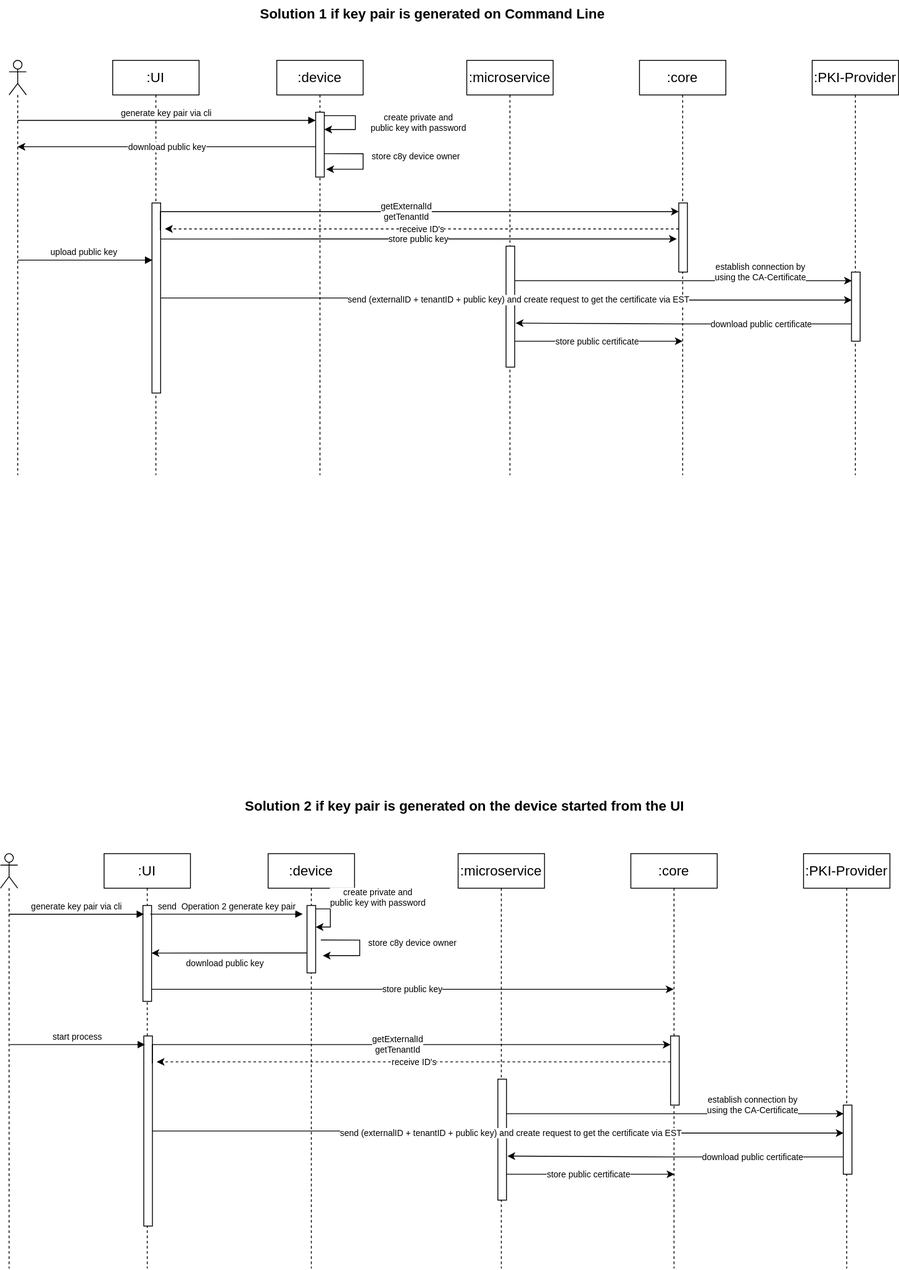
Cumulocity-IoT/cumulocity-pki-integration keeps this draw.io diagram as doc/client-side.drawio.svg. Above is the earlier version. Source tidied: cells renumbered, new cells last; positions are measured from the earlier drawing's top-left corner, leaving out a move shared by most shapes.
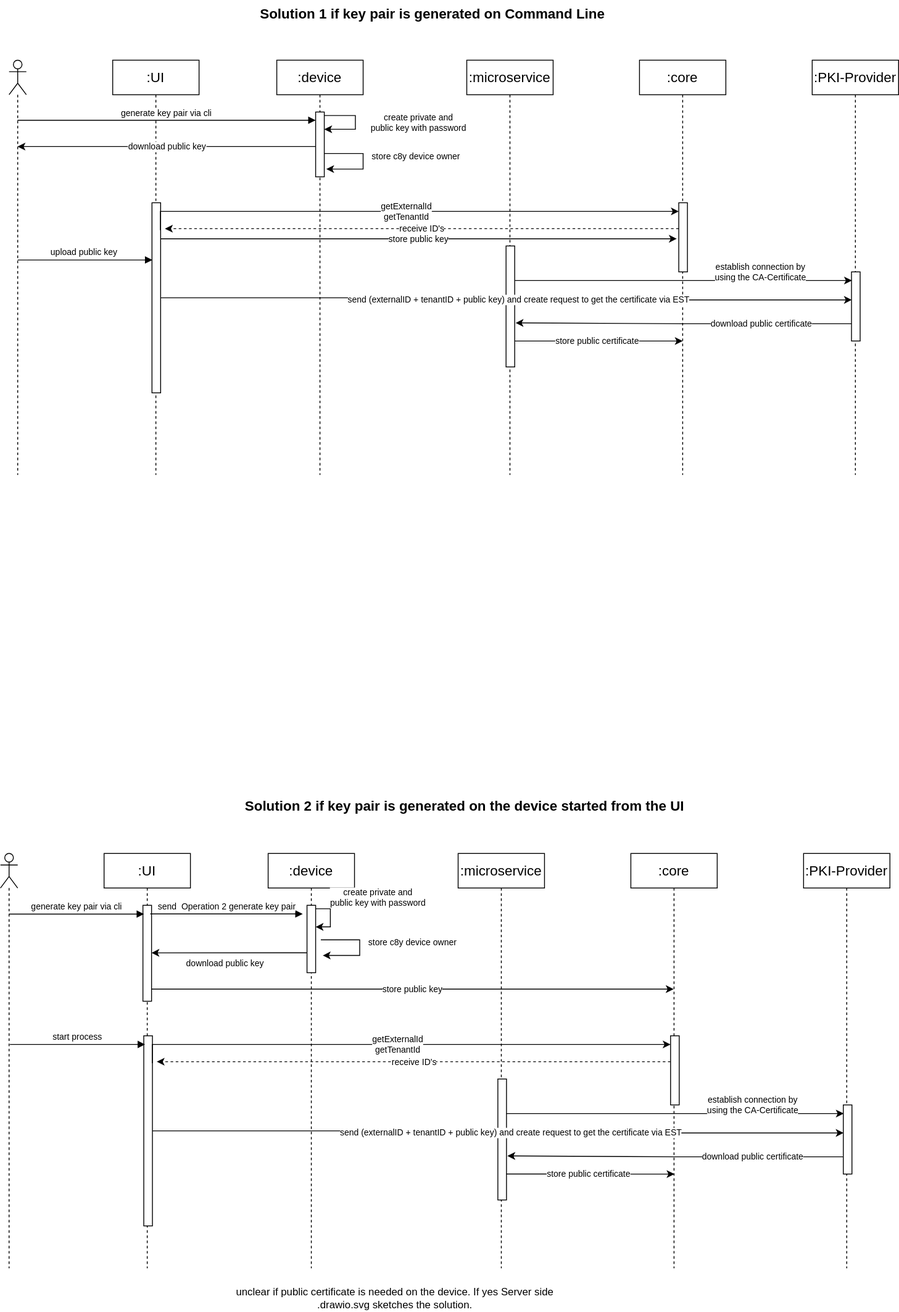
Later version of the same file.

What changed in the source:
```diff
@@ -268,5 +268,8 @@
         </Array>
       </mxGeometry>
     </mxCell>
+    <mxCell id="52" value="unclear if public certificate is needed on the device. If yes Server side .drawio.svg sketches the solution." style="text;html=1;strokeColor=none;fillColor=none;align=center;verticalAlign=middle;whiteSpace=wrap;rounded=0;" parent="1" vertex="1">
+      <mxGeometry x="243" y="1487" width="428" height="30" as="geometry" />
+    </mxCell>
   </root>
 </mxGraphModel>
```
